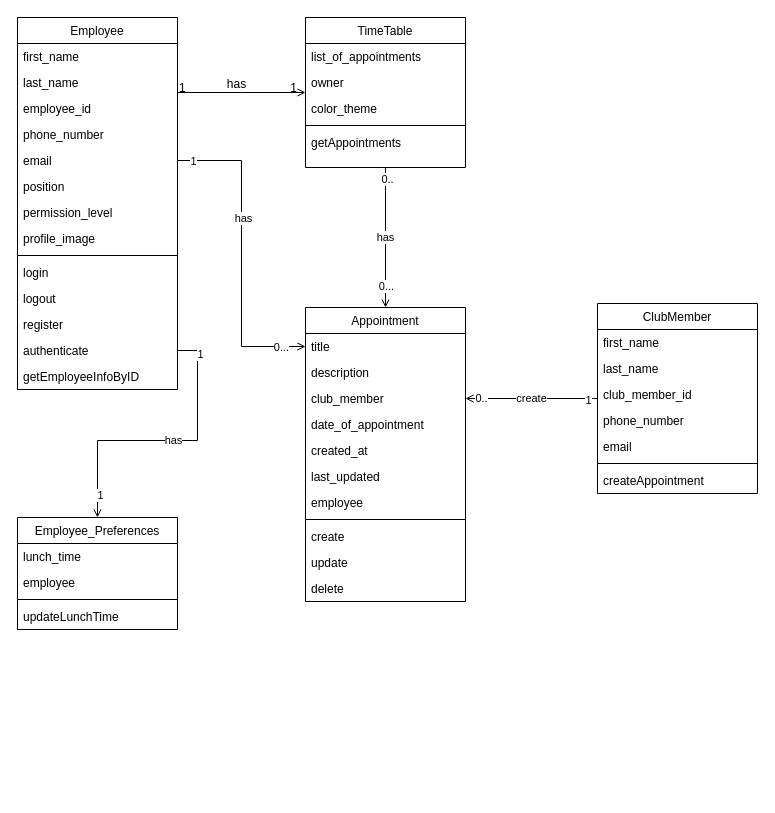
Earlier version of the draw.io diagram Documentation/UML/ClassDiagram.drawio (Karl-maker/iAppoint-Client). Source tidied: cells renumbered, new cells numbered last; positions are measured from the earlier drawing's top-left corner, leaving out a move shared by most shapes. Both pictures are drawn from the tidied source at 100%, with x=0, y=0 at pixel (17, 17).
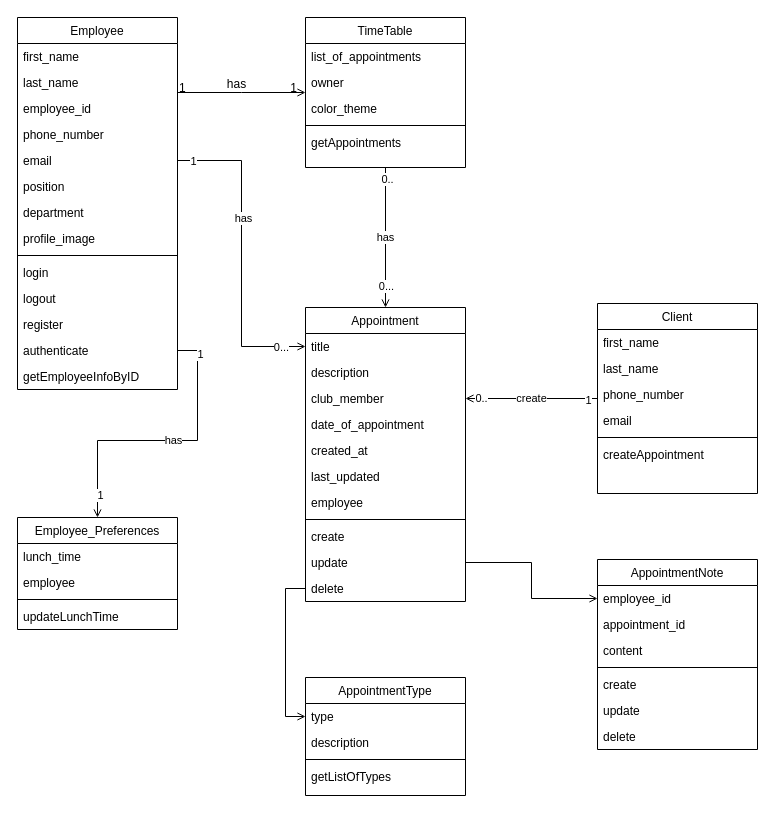
After the change.

Unchanged cells that the change refers to:
```xml
<mxCell id="2" value="Employee" style="swimlane;fontStyle=0;align=center;verticalAlign=top;horizontal=1;startSize=26;rounded=0;shadow=0;strokeWidth=1;" parent="1" vertex="1">
  <mxGeometry width="160" height="372" as="geometry" />
</mxCell>
<mxCell id="40" value="update" style="text;align=left;verticalAlign=top;spacingLeft=4;spacingRight=4;overflow=hidden;points=[[0,0.5],[1,0.5]];portConstraint=eastwest;" parent="30" vertex="1">
  <mxGeometry y="242" width="160" height="26" as="geometry" />
</mxCell>
<mxCell id="41" value="delete" style="text;align=left;verticalAlign=top;spacingLeft=4;spacingRight=4;overflow=hidden;points=[[0,0.5],[1,0.5]];portConstraint=eastwest;" parent="30" vertex="1">
  <mxGeometry y="268" width="160" height="26" as="geometry" />
</mxCell>
```

Change to the diagram source:
```diff
@@
-    <mxCell id="9" value="permission_level" style="text;align=left;verticalAlign=top;spacingLeft=4;spacingRight=4;overflow=hidden;rounded=0;shadow=0;html=0;" parent="2" vertex="1">
+    <mxCell id="9" value="department" style="text;align=left;verticalAlign=top;spacingLeft=4;spacingRight=4;overflow=hidden;rounded=0;shadow=0;html=0;" parent="2" vertex="1">
       <mxGeometry y="182" width="160" height="26" as="geometry" />
     </mxCell>
@@
-    <mxCell id="58" value="ClubMember" style="swimlane;fontStyle=0;align=center;verticalAlign=top;horizontal=1;startSize=26;rounded=0;shadow=0;strokeWidth=1;" parent="1" vertex="1">
+    <mxCell id="58" value="Client" style="swimlane;fontStyle=0;align=center;verticalAlign=top;horizontal=1;startSize=26;rounded=0;shadow=0;strokeWidth=1;" parent="1" vertex="1">
       <mxGeometry x="580" y="286" width="160" height="190" as="geometry" />
     </mxCell>
@@
-    <mxCell id="61" value="club_member_id" style="text;align=left;verticalAlign=top;spacingLeft=4;spacingRight=4;overflow=hidden;rounded=0;shadow=0;html=0;" parent="58" vertex="1">
-      <mxGeometry y="78" width="160" height="26" as="geometry" />
-    </mxCell>
     <mxCell id="62" value="phone_number" style="text;align=left;verticalAlign=top;spacingLeft=4;spacingRight=4;overflow=hidden;rounded=0;shadow=0;html=0;" parent="58" vertex="1">
-      <mxGeometry y="104" width="160" height="26" as="geometry" />
+      <mxGeometry y="78" width="160" height="26" as="geometry" />
     </mxCell>
     <mxCell id="63" value="email" style="text;align=left;verticalAlign=top;spacingLeft=4;spacingRight=4;overflow=hidden;rounded=0;shadow=0;html=0;" parent="58" vertex="1">
-      <mxGeometry y="130" width="160" height="26" as="geometry" />
+      <mxGeometry y="104" width="160" height="26" as="geometry" />
     </mxCell>
     <mxCell id="64" style="line;html=1;strokeWidth=1;align=left;verticalAlign=middle;spacingTop=-1;spacingLeft=3;spacingRight=3;labelPosition=right;" parent="58" vertex="1">
-      <mxGeometry y="156" width="160" height="8" as="geometry" />
+      <mxGeometry y="130" width="160" height="8" as="geometry" />
     </mxCell>
     <mxCell id="65" value="createAppointment" style="text;align=left;verticalAlign=top;spacingLeft=4;spacingRight=4;overflow=hidden;" parent="58" vertex="1">
-      <mxGeometry y="164" width="160" height="26" as="geometry" />
+      <mxGeometry y="138" width="160" height="26" as="geometry" />
     </mxCell>
+    <mxCell id="66" value="AppointmentType" style="swimlane;fontStyle=0;align=center;verticalAlign=top;horizontal=1;startSize=26;rounded=0;shadow=0;strokeWidth=1;" parent="1" vertex="1">
+      <mxGeometry x="288" y="660" width="160" height="118" as="geometry" />
+    </mxCell>
+    <mxCell id="67" value="type" style="text;align=left;verticalAlign=top;spacingLeft=4;spacingRight=4;overflow=hidden;points=[[0,0.5],[1,0.5]];portConstraint=eastwest;" parent="66" vertex="1">
+      <mxGeometry y="26" width="160" height="26" as="geometry" />
+    </mxCell>
+    <mxCell id="68" value="description" style="text;align=left;verticalAlign=top;spacingLeft=4;spacingRight=4;overflow=hidden;rounded=0;shadow=0;html=0;" parent="66" vertex="1">
+      <mxGeometry y="52" width="160" height="26" as="geometry" />
+    </mxCell>
+    <mxCell id="69" style="line;html=1;strokeWidth=1;align=left;verticalAlign=middle;spacingTop=-1;spacingLeft=3;spacingRight=3;labelPosition=right;" parent="66" vertex="1">
+      <mxGeometry y="78" width="160" height="8" as="geometry" />
+    </mxCell>
+    <mxCell id="70" value="getListOfTypes" style="text;align=left;verticalAlign=top;spacingLeft=4;spacingRight=4;overflow=hidden;" parent="66" vertex="1">
+      <mxGeometry y="86" width="160" height="26" as="geometry" />
+    </mxCell>
+    <mxCell id="71" style="edgeStyle=orthogonalEdgeStyle;rounded=0;jettySize=auto;html=1;exitX=0;exitY=0.5;exitDx=0;exitDy=0;entryX=0;entryY=0.5;entryDx=0;entryDy=0;endArrow=open;endFill=0;" parent="1" edge="1" source="41" target="67">
+      <mxGeometry relative="1" as="geometry" />
+    </mxCell>
+    <mxCell id="72" value="AppointmentNote" style="swimlane;fontStyle=0;align=center;verticalAlign=top;horizontal=1;startSize=26;rounded=0;shadow=0;strokeWidth=1;" parent="1" vertex="1">
+      <mxGeometry x="580" y="542" width="160" height="190" as="geometry" />
+    </mxCell>
+    <mxCell id="73" value="employee_id" style="text;align=left;verticalAlign=top;spacingLeft=4;spacingRight=4;overflow=hidden;points=[[0,0.5],[1,0.5]];portConstraint=eastwest;" parent="72" vertex="1">
+      <mxGeometry y="26" width="160" height="26" as="geometry" />
+    </mxCell>
+    <mxCell id="74" value="appointment_id" style="text;align=left;verticalAlign=top;spacingLeft=4;spacingRight=4;overflow=hidden;" parent="72" vertex="1">
+      <mxGeometry y="52" width="160" height="26" as="geometry" />
+    </mxCell>
+    <mxCell id="75" value="content" style="text;align=left;verticalAlign=top;spacingLeft=4;spacingRight=4;overflow=hidden;rounded=0;shadow=0;html=0;" parent="72" vertex="1">
+      <mxGeometry y="78" width="160" height="26" as="geometry" />
+    </mxCell>
+    <mxCell id="76" style="line;html=1;strokeWidth=1;align=left;verticalAlign=middle;spacingTop=-1;spacingLeft=3;spacingRight=3;labelPosition=right;" parent="72" vertex="1">
+      <mxGeometry y="104" width="160" height="8" as="geometry" />
+    </mxCell>
+    <mxCell id="77" value="create" style="text;align=left;verticalAlign=top;spacingLeft=4;spacingRight=4;overflow=hidden;" parent="72" vertex="1">
+      <mxGeometry y="112" width="160" height="26" as="geometry" />
+    </mxCell>
+    <mxCell id="78" value="update" style="text;align=left;verticalAlign=top;spacingLeft=4;spacingRight=4;overflow=hidden;" parent="72" vertex="1">
+      <mxGeometry y="138" width="160" height="26" as="geometry" />
+    </mxCell>
+    <mxCell id="79" value="delete" style="text;align=left;verticalAlign=top;spacingLeft=4;spacingRight=4;overflow=hidden;" parent="72" vertex="1">
+      <mxGeometry y="164" width="160" height="26" as="geometry" />
+    </mxCell>
+    <mxCell id="80" style="edgeStyle=orthogonalEdgeStyle;rounded=0;jettySize=auto;html=1;exitX=1;exitY=0.5;exitDx=0;exitDy=0;entryX=0;entryY=0.5;entryDx=0;entryDy=0;endArrow=open;endFill=0;" parent="1" edge="1" source="40" target="73">
+      <mxGeometry relative="1" as="geometry" />
+    </mxCell>
```
